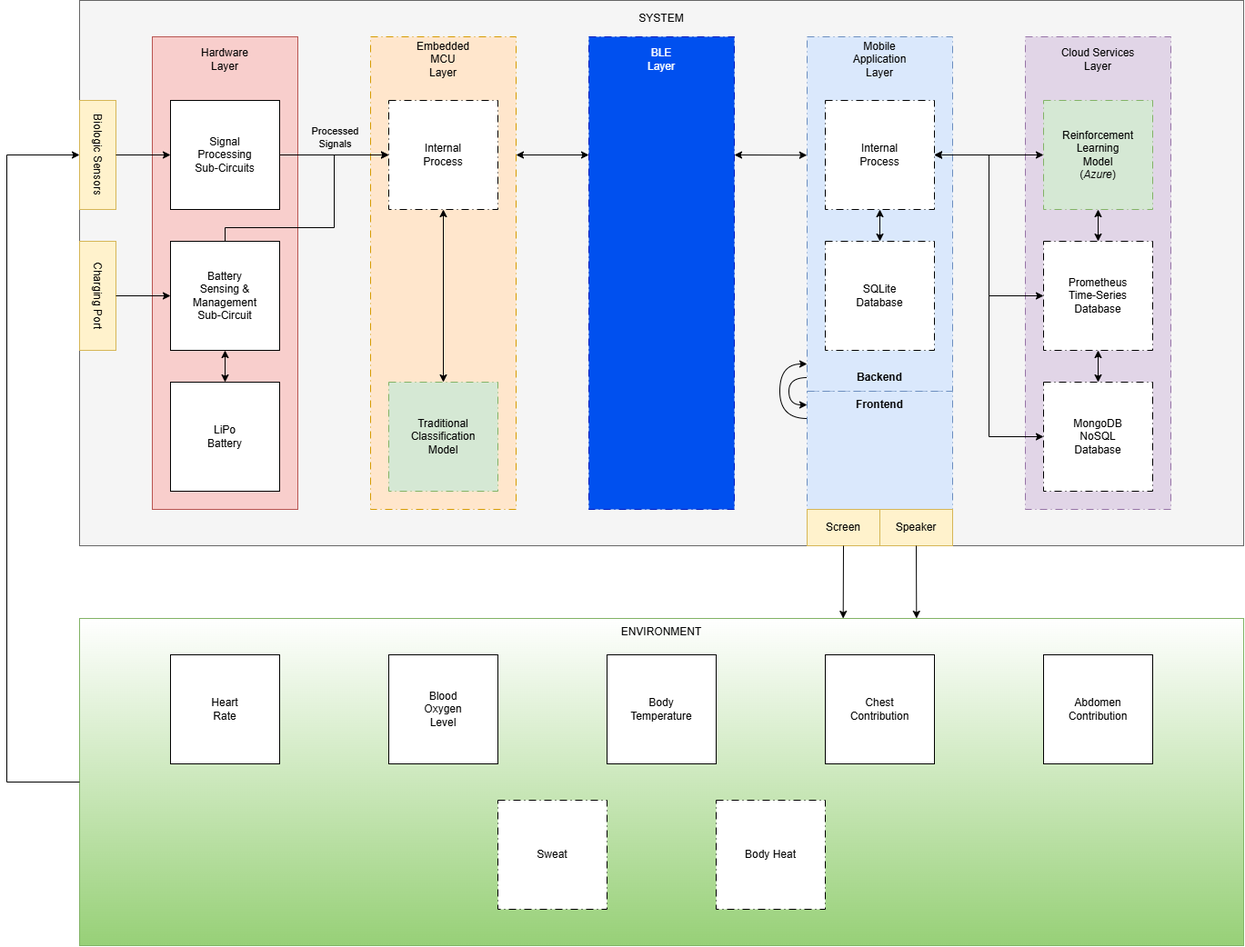
The draw.io diagram system-architecture/assets/white-box.png in ARRR-Coen-Elec-490/docs, before a commit. Source tidied: cells renumbered, new cells last; positions are measured from the earlier drawing's top-left corner, leaving out a move shared by most shapes.
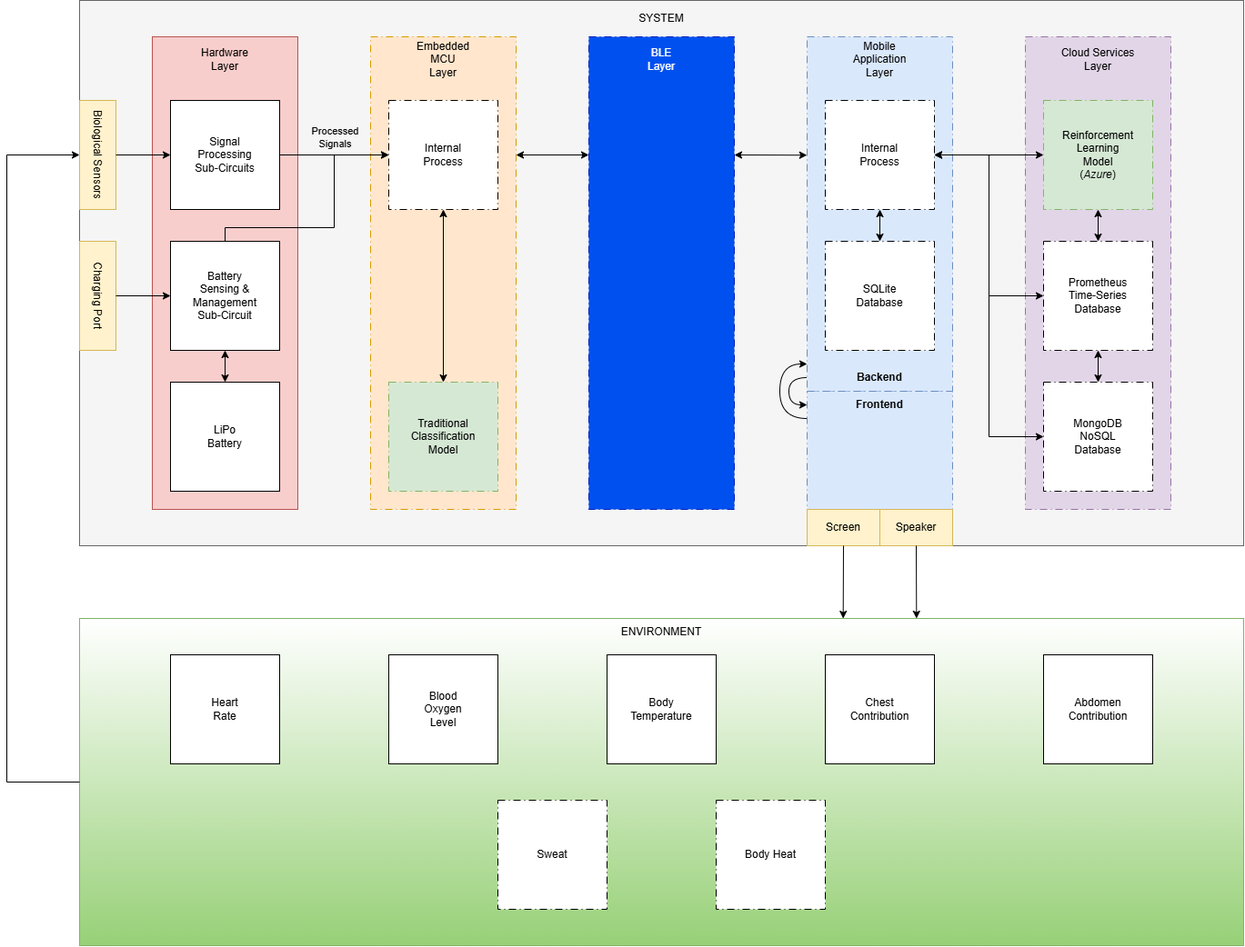
Above is the later version.

Diff of the diagram source:
```diff
@@ -153,7 +153,7 @@
     <mxCell id="42" style="endArrow=classic;html=1;rounded=0;defaultLabelBackgroundColor=page;labelPadding=0 4;exitX=0.5;exitY=1;exitDx=0;exitDy=0;entryX=0.719;entryY=0;entryDx=0;entryDy=0;entryPerimeter=0;" parent="1" edge="1" source="21" target="36">
       <mxGeometry relative="1" as="geometry" />
     </mxCell>
-    <mxCell id="43" value="Biologic Sensors" style="rounded=0;whiteSpace=wrap;html=1;fillColor=#fff2cc;strokeColor=#d6b656;rotation=90;" parent="1" vertex="1">
+    <mxCell id="43" value="Biological Sensors" style="rounded=0;whiteSpace=wrap;html=1;fillColor=#fff2cc;strokeColor=#d6b656;rotation=90;" parent="1" vertex="1">
       <mxGeometry x="40" y="150" width="120" height="40" as="geometry" />
     </mxCell>
     <mxCell id="44" value="Charging Port" style="rounded=0;whiteSpace=wrap;html=1;fillColor=#fff2cc;strokeColor=#d6b656;rotation=90;" parent="1" vertex="1">
```
